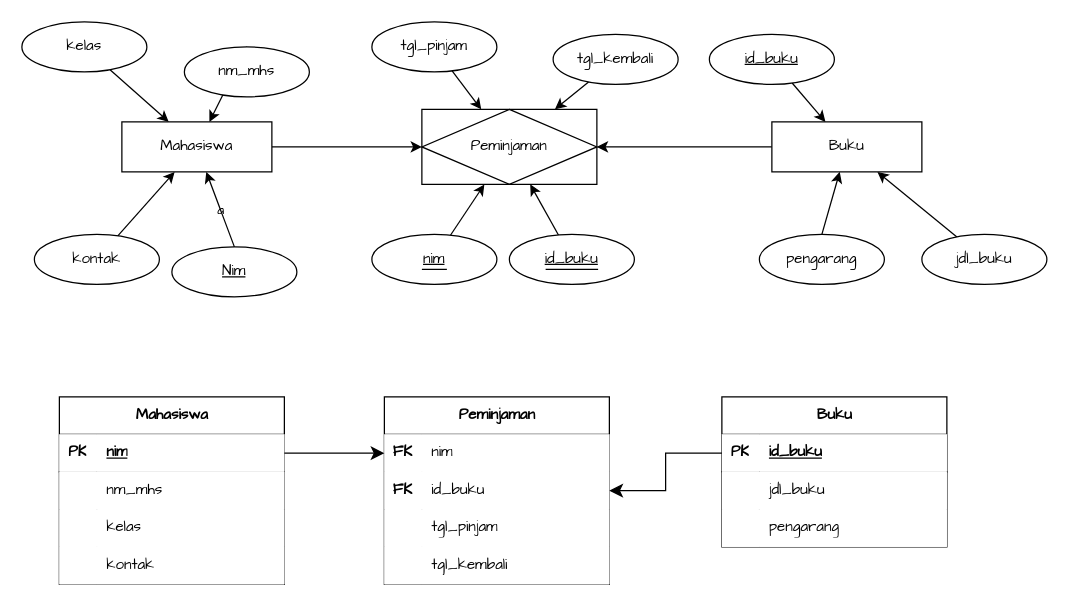
This is MBD-1.drawio from hasbisdqi/manajemen-basis-data, a draw.io file, before an edit. Source tidied: cells renumbered, new cells numbered last; positions are measured from the earlier drawing's top-left corner, leaving out a move shared by most shapes. Both pictures are drawn from the tidied source at 125%, with x=0, y=0 at pixel (21, 21).
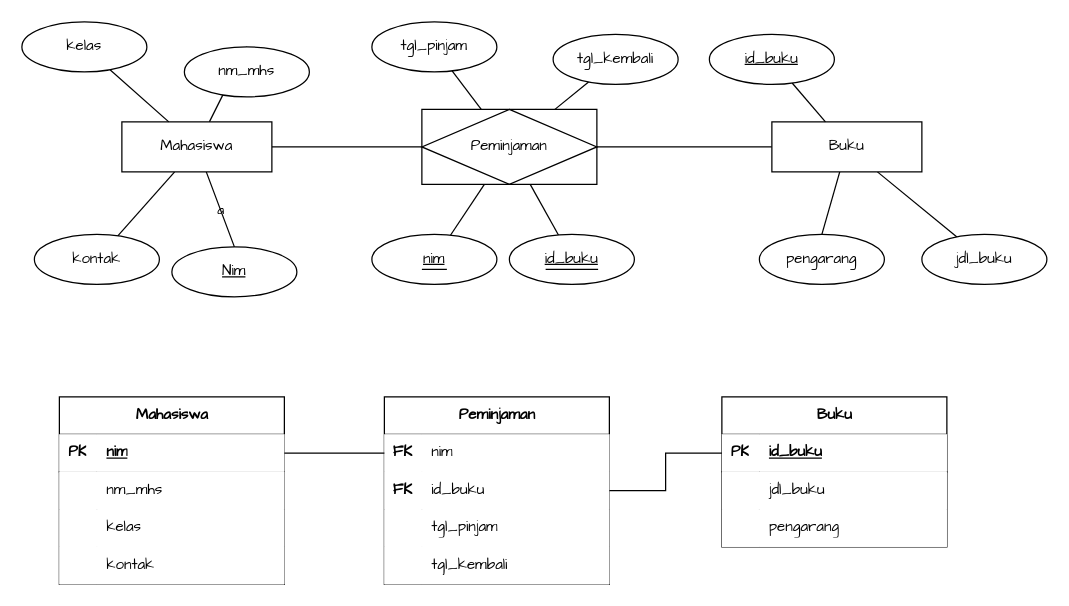
Above is the later version.

The change refers to these unchanged cells:
```xml
<mxCell id="6" value="Mahasiswa" style="whiteSpace=wrap;html=1;align=center;rounded=0;labelBackgroundColor=none;fontFamily=Architects Daughter;shadow=0;" parent="1" vertex="1">
  <mxGeometry x="80" y="80" width="120" height="40" as="geometry" />
</mxCell>
<mxCell id="7" value="&lt;u&gt;Nim&lt;/u&gt;" style="ellipse;whiteSpace=wrap;html=1;align=center;rounded=0;labelBackgroundColor=none;fontFamily=Architects Daughter;shadow=0;" parent="1" vertex="1">
  <mxGeometry x="120" y="180" width="100" height="40" as="geometry" />
</mxCell>
<mxCell id="8" value="nm_mhs" style="ellipse;whiteSpace=wrap;html=1;align=center;rounded=0;labelBackgroundColor=none;fontFamily=Architects Daughter;shadow=0;" parent="1" vertex="1">
  <mxGeometry x="130" y="20" width="100" height="40" as="geometry" />
</mxCell>
<mxCell id="9" value="kontak" style="ellipse;whiteSpace=wrap;html=1;align=center;rounded=0;labelBackgroundColor=none;fontFamily=Architects Daughter;shadow=0;" parent="1" vertex="1">
  <mxGeometry x="10" y="170" width="100" height="40" as="geometry" />
</mxCell>
<mxCell id="11" value="kelas" style="ellipse;whiteSpace=wrap;html=1;align=center;rounded=0;labelBackgroundColor=none;fontFamily=Architects Daughter;shadow=0;" parent="1" vertex="1">
  <mxGeometry width="100" height="40" as="geometry" />
</mxCell>
<mxCell id="15" value="Buku" style="whiteSpace=wrap;html=1;align=center;rounded=0;labelBackgroundColor=none;fontFamily=Architects Daughter;shadow=0;" parent="1" vertex="1">
  <mxGeometry x="600" y="80" width="120" height="40" as="geometry" />
</mxCell>
<mxCell id="16" value="pengarang" style="ellipse;whiteSpace=wrap;html=1;align=center;rounded=0;labelBackgroundColor=none;fontFamily=Architects Daughter;shadow=0;" parent="1" vertex="1">
  <mxGeometry x="590" y="170" width="100" height="40" as="geometry" />
</mxCell>
<mxCell id="17" value="jdl_buku" style="ellipse;whiteSpace=wrap;html=1;align=center;rounded=0;labelBackgroundColor=none;fontFamily=Architects Daughter;shadow=0;" parent="1" vertex="1">
  <mxGeometry x="720" y="170" width="100" height="40" as="geometry" />
</mxCell>
<mxCell id="19" value="&lt;u&gt;id_buku&lt;/u&gt;" style="ellipse;whiteSpace=wrap;html=1;align=center;rounded=0;labelBackgroundColor=none;fontFamily=Architects Daughter;shadow=0;" parent="1" vertex="1">
  <mxGeometry x="550" y="10" width="100" height="40" as="geometry" />
</mxCell>
<mxCell id="20" value="Peminjaman" style="shape=associativeEntity;whiteSpace=wrap;html=1;align=center;rounded=0;labelBackgroundColor=none;fontFamily=Architects Daughter;shadow=0;" parent="1" vertex="1">
  <mxGeometry x="320" y="70" width="140" height="60" as="geometry" />
</mxCell>
<mxCell id="22" value="&lt;u&gt;nim&lt;/u&gt;" style="ellipse;whiteSpace=wrap;html=1;align=center;rounded=0;labelBackgroundColor=none;fontFamily=Architects Daughter;shadow=0;" parent="1" vertex="1">
  <mxGeometry x="280" y="170" width="100" height="40" as="geometry" />
</mxCell>
<mxCell id="24" value="&lt;u&gt;id_buku&lt;/u&gt;" style="ellipse;whiteSpace=wrap;html=1;align=center;rounded=0;labelBackgroundColor=none;fontFamily=Architects Daughter;shadow=0;" parent="1" vertex="1">
  <mxGeometry x="390" y="170" width="100" height="40" as="geometry" />
</mxCell>
<mxCell id="28" value="tgl_pinjam" style="ellipse;whiteSpace=wrap;html=1;align=center;rounded=0;labelBackgroundColor=none;fontFamily=Architects Daughter;shadow=0;" parent="1" vertex="1">
  <mxGeometry x="280" width="100" height="40" as="geometry" />
</mxCell>
<mxCell id="30" value="tgl_kembali" style="ellipse;whiteSpace=wrap;html=1;align=center;rounded=0;labelBackgroundColor=none;fontFamily=Architects Daughter;shadow=0;" parent="1" vertex="1">
  <mxGeometry x="425" y="10" width="100" height="40" as="geometry" />
</mxCell>
<mxCell id="32" style="shape=tableRow;horizontal=0;startSize=0;swimlaneHead=0;swimlaneBody=0;points=[[0,0.5],[1,0.5]];portConstraint=eastwest;top=0;left=0;right=0;bottom=1;hachureGap=4;fontFamily=Architects Daughter;labelBackgroundColor=none;shadow=0;" parent="31" vertex="1">
  <mxGeometry y="30" width="180" height="30" as="geometry" />
</mxCell>
<mxCell id="45" style="shape=tableRow;horizontal=0;startSize=0;swimlaneHead=0;swimlaneBody=0;points=[[0,0.5],[1,0.5]];portConstraint=eastwest;top=0;left=0;right=0;bottom=0;hachureGap=4;fontFamily=Architects Daughter;labelBackgroundColor=none;shadow=0;" parent="44" vertex="1">
  <mxGeometry y="30" width="180" height="30" as="geometry" />
</mxCell>
<mxCell id="48" style="shape=tableRow;horizontal=0;startSize=0;swimlaneHead=0;swimlaneBody=0;points=[[0,0.5],[1,0.5]];portConstraint=eastwest;top=0;left=0;right=0;bottom=0;hachureGap=4;fontFamily=Architects Daughter;labelBackgroundColor=none;shadow=0;" parent="44" vertex="1">
  <mxGeometry y="60" width="180" height="30" as="geometry" />
</mxCell>
<mxCell id="58" style="shape=tableRow;horizontal=0;startSize=0;swimlaneHead=0;swimlaneBody=0;points=[[0,0.5],[1,0.5]];portConstraint=eastwest;top=0;left=0;right=0;bottom=1;hachureGap=4;fontFamily=Architects Daughter;labelBackgroundColor=none;shadow=0;" parent="57" vertex="1">
  <mxGeometry y="30" width="180" height="30" as="geometry" />
</mxCell>
```

The edit, as a diff of the source:
```diff
@@
-    <mxCell id="2" value="a" style="rounded=0;jettySize=auto;html=1;entryX=0.5;entryY=0;entryDx=0;entryDy=0;endArrow=none;endFill=0;startArrow=classic;startFill=1;labelBackgroundColor=none;fontColor=default;fontFamily=Architects Daughter;shadow=0;" parent="1" edge="1" source="6" target="7">
+    <mxCell id="2" value="a" style="rounded=0;jettySize=auto;html=1;entryX=0.5;entryY=0;entryDx=0;entryDy=0;endArrow=none;endFill=0;startArrow=none;startFill=0;labelBackgroundColor=none;fontColor=default;fontFamily=Architects Daughter;shadow=0;" parent="1" edge="1" source="6" target="7">
       <mxGeometry relative="1" as="geometry" />
     </mxCell>
-    <mxCell id="3" style="rounded=0;jettySize=auto;html=1;entryX=0.5;entryY=0;entryDx=0;entryDy=0;endArrow=none;endFill=0;startArrow=classic;startFill=1;labelBackgroundColor=none;fontColor=default;fontFamily=Architects Daughter;shadow=0;" parent="1" edge="1" source="6" target="8">
+    <mxCell id="3" style="rounded=0;jettySize=auto;html=1;entryX=0.5;entryY=0;entryDx=0;entryDy=0;endArrow=none;endFill=0;startArrow=none;startFill=0;labelBackgroundColor=none;fontColor=default;fontFamily=Architects Daughter;shadow=0;" parent="1" edge="1" source="6" target="8">
       <mxGeometry relative="1" as="geometry" />
     </mxCell>
-    <mxCell id="4" style="rounded=0;jettySize=auto;html=1;endArrow=none;endFill=0;startArrow=classic;startFill=1;labelBackgroundColor=none;fontColor=default;fontFamily=Architects Daughter;shadow=0;" parent="1" edge="1" source="6" target="9">
+    <mxCell id="4" style="rounded=0;jettySize=auto;html=1;endArrow=none;endFill=0;startArrow=none;startFill=0;labelBackgroundColor=none;fontColor=default;fontFamily=Architects Daughter;shadow=0;" parent="1" edge="1" source="6" target="9">
       <mxGeometry relative="1" as="geometry" />
     </mxCell>
-    <mxCell id="5" style="edgeStyle=orthogonalEdgeStyle;rounded=0;jettySize=auto;html=1;labelBackgroundColor=none;fontColor=default;fontFamily=Architects Daughter;shadow=0;" parent="1" edge="1" source="6" target="20">
+    <mxCell id="5" style="edgeStyle=orthogonalEdgeStyle;rounded=0;jettySize=auto;html=1;labelBackgroundColor=none;fontColor=default;fontFamily=Architects Daughter;shadow=0;startArrow=none;startFill=0;endArrow=none;endFill=0;" parent="1" edge="1" source="6" target="20">
       <mxGeometry relative="1" as="geometry" />
     </mxCell>
@@
-    <mxCell id="10" style="rounded=0;jettySize=auto;html=1;endArrow=none;endFill=0;startArrow=classic;startFill=1;labelBackgroundColor=none;fontColor=default;fontFamily=Architects Daughter;shadow=0;" parent="1" edge="1" source="6" target="11">
+    <mxCell id="10" style="rounded=0;jettySize=auto;html=1;endArrow=none;endFill=0;startArrow=none;startFill=0;labelBackgroundColor=none;fontColor=default;fontFamily=Architects Daughter;shadow=0;" parent="1" edge="1" source="6" target="11">
       <mxGeometry relative="1" as="geometry" />
     </mxCell>
@@
-    <mxCell id="12" style="rounded=0;jettySize=auto;html=1;entryX=0.5;entryY=0;entryDx=0;entryDy=0;endArrow=none;endFill=0;startArrow=classic;startFill=1;labelBackgroundColor=none;fontColor=default;fontFamily=Architects Daughter;shadow=0;" parent="1" edge="1" source="15" target="16">
+    <mxCell id="12" style="rounded=0;jettySize=auto;html=1;entryX=0.5;entryY=0;entryDx=0;entryDy=0;endArrow=none;endFill=0;startArrow=none;startFill=0;labelBackgroundColor=none;fontColor=default;fontFamily=Architects Daughter;shadow=0;" parent="1" edge="1" source="15" target="16">
       <mxGeometry relative="1" as="geometry" />
     </mxCell>
-    <mxCell id="13" style="rounded=0;jettySize=auto;html=1;endArrow=none;endFill=0;startArrow=classic;startFill=1;labelBackgroundColor=none;fontColor=default;fontFamily=Architects Daughter;shadow=0;" parent="1" edge="1" source="15" target="17">
+    <mxCell id="13" style="rounded=0;jettySize=auto;html=1;endArrow=none;endFill=0;startArrow=none;startFill=0;labelBackgroundColor=none;fontColor=default;fontFamily=Architects Daughter;shadow=0;" parent="1" edge="1" source="15" target="17">
       <mxGeometry relative="1" as="geometry" />
     </mxCell>
-    <mxCell id="14" style="edgeStyle=orthogonalEdgeStyle;rounded=0;jettySize=auto;html=1;labelBackgroundColor=none;fontColor=default;fontFamily=Architects Daughter;shadow=0;" parent="1" edge="1" source="15" target="20">
+    <mxCell id="14" style="edgeStyle=orthogonalEdgeStyle;rounded=0;jettySize=auto;html=1;labelBackgroundColor=none;fontColor=default;fontFamily=Architects Daughter;shadow=0;startArrow=none;startFill=0;endArrow=none;endFill=0;" parent="1" edge="1" source="15" target="20">
       <mxGeometry relative="1" as="geometry" />
     </mxCell>
@@
-    <mxCell id="18" style="rounded=0;jettySize=auto;html=1;endArrow=none;endFill=0;startArrow=classic;startFill=1;labelBackgroundColor=none;fontColor=default;fontFamily=Architects Daughter;shadow=0;" parent="1" edge="1" source="15" target="19">
+    <mxCell id="18" style="rounded=0;jettySize=auto;html=1;endArrow=none;endFill=0;startArrow=none;startFill=0;labelBackgroundColor=none;fontColor=default;fontFamily=Architects Daughter;shadow=0;" parent="1" edge="1" source="15" target="19">
       <mxGeometry relative="1" as="geometry" />
     </mxCell>
@@
-    <mxCell id="21" style="rounded=0;jettySize=auto;html=1;labelBackgroundColor=none;fontColor=default;fontFamily=Architects Daughter;shadow=0;" parent="1" edge="1" source="22" target="20">
+    <mxCell id="21" style="rounded=0;jettySize=auto;html=1;labelBackgroundColor=none;fontColor=default;fontFamily=Architects Daughter;shadow=0;startArrow=none;startFill=0;endArrow=none;endFill=0;" parent="1" edge="1" source="22" target="20">
       <mxGeometry relative="1" as="geometry" />
     </mxCell>
@@
-    <mxCell id="23" style="rounded=0;jettySize=auto;html=1;labelBackgroundColor=none;fontColor=default;fontFamily=Architects Daughter;shadow=0;" parent="1" edge="1" source="24" target="20">
+    <mxCell id="23" style="rounded=0;jettySize=auto;html=1;labelBackgroundColor=none;fontColor=default;fontFamily=Architects Daughter;shadow=0;startArrow=none;startFill=0;endArrow=none;endFill=0;" parent="1" edge="1" source="24" target="20">
       <mxGeometry relative="1" as="geometry" />
     </mxCell>
@@
-    <mxCell id="27" style="rounded=0;jettySize=auto;html=1;labelBackgroundColor=none;fontColor=default;fontFamily=Architects Daughter;shadow=0;" parent="1" edge="1" source="28" target="20">
+    <mxCell id="27" style="rounded=0;jettySize=auto;html=1;labelBackgroundColor=none;fontColor=default;fontFamily=Architects Daughter;shadow=0;startArrow=none;startFill=0;endArrow=none;endFill=0;" parent="1" edge="1" source="28" target="20">
       <mxGeometry relative="1" as="geometry" />
     </mxCell>
@@
-    <mxCell id="29" style="rounded=0;jettySize=auto;html=1;labelBackgroundColor=none;fontColor=default;fontFamily=Architects Daughter;shadow=0;" parent="1" edge="1" source="30" target="20">
+    <mxCell id="29" style="rounded=0;jettySize=auto;html=1;labelBackgroundColor=none;fontColor=default;fontFamily=Architects Daughter;shadow=0;startArrow=none;startFill=0;endArrow=none;endFill=0;" parent="1" edge="1" source="30" target="20">
       <mxGeometry relative="1" as="geometry" />
     </mxCell>
@@
-    <mxCell id="67" style="edgeStyle=orthogonalEdgeStyle;rounded=0;jettySize=auto;html=1;fontSize=12;startSize=8;endSize=8;labelBackgroundColor=none;fontColor=default;shadow=0;" parent="1" edge="1" source="58" target="48">
+    <mxCell id="67" style="edgeStyle=orthogonalEdgeStyle;rounded=0;jettySize=auto;html=1;fontSize=12;labelBackgroundColor=none;fontColor=default;shadow=0;startArrow=none;startFill=0;endArrow=none;endFill=0;" parent="1" edge="1" source="58" target="48">
       <mxGeometry relative="1" as="geometry" />
     </mxCell>
-    <mxCell id="68" style="edgeStyle=none;curved=1;rounded=0;hachureGap=4;jettySize=auto;html=1;fontFamily=Architects Daughter;fontSize=12;startSize=8;endSize=8;labelBackgroundColor=none;fontColor=default;shadow=0;" parent="1" edge="1" source="32" target="45">
+    <mxCell id="68" style="edgeStyle=none;curved=1;rounded=0;hachureGap=4;jettySize=auto;html=1;fontFamily=Architects Daughter;fontSize=12;labelBackgroundColor=none;fontColor=default;shadow=0;startArrow=none;startFill=0;endArrow=none;endFill=0;" parent="1" edge="1" source="32" target="45">
       <mxGeometry relative="1" as="geometry" />
     </mxCell>
```
